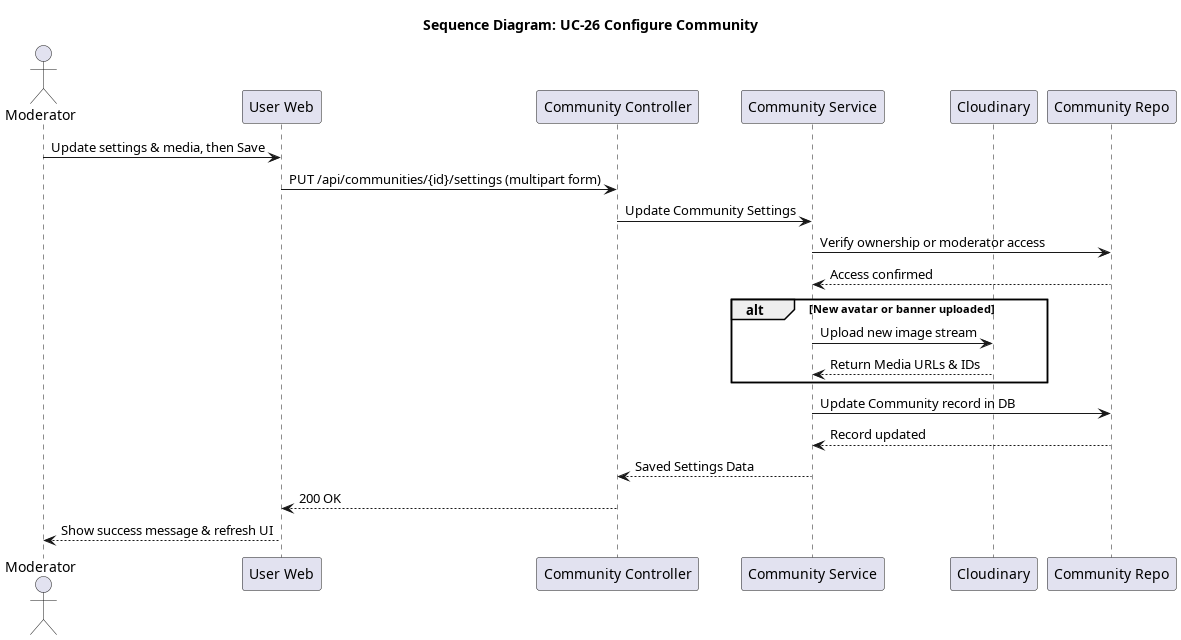
This is docs/srs_add/SAD/diagrams/seq_26_configure_community.png from giakiet05/lkforum-new, a PlantUML export, as it was before one commit.
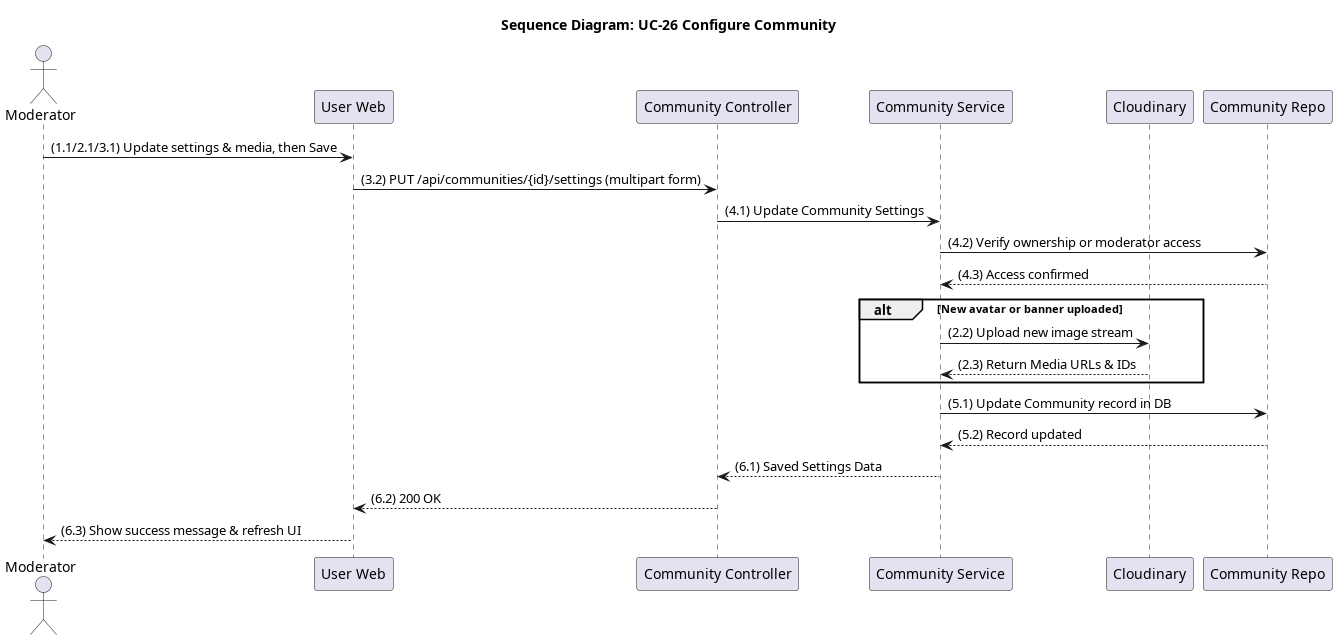
Above is the later version.

The edit, as a diff of the source:
```diff
@@ -8,20 +8,20 @@
 participant "Cloudinary" as Cloudinary
 participant "Community Repo" as Repo
 
-Moderator -> Frontend: Update settings & media, then Save
-Frontend -> Controller: PUT /api/communities/{id}/settings (multipart form)
-Controller -> Service: Update Community Settings
-Service -> Repo: Verify ownership or moderator access
-Repo --> Service: Access confirmed
+Moderator -> Frontend: (1.1/2.1/3.1) Update settings & media, then Save
+Frontend -> Controller: (3.2) PUT /api/communities/{id}/settings (multipart form)
+Controller -> Service: (4.1) Update Community Settings
+Service -> Repo: (4.2) Verify ownership or moderator access
+Repo --> Service: (4.3) Access confirmed
 
 alt New avatar or banner uploaded
-    Service -> Cloudinary: Upload new image stream
-    Cloudinary --> Service: Return Media URLs & IDs
+    Service -> Cloudinary: (2.2) Upload new image stream
+    Cloudinary --> Service: (2.3) Return Media URLs & IDs
 end
 
-Service -> Repo: Update Community record in DB
-Repo --> Service: Record updated
-Service --> Controller: Saved Settings Data
-Controller --> Frontend: 200 OK
-Frontend --> Moderator: Show success message & refresh UI
+Service -> Repo: (5.1) Update Community record in DB
+Repo --> Service: (5.2) Record updated
+Service --> Controller: (6.1) Saved Settings Data
+Controller --> Frontend: (6.2) 200 OK
+Frontend --> Moderator: (6.3) Show success message & refresh UI
 @enduml
```
